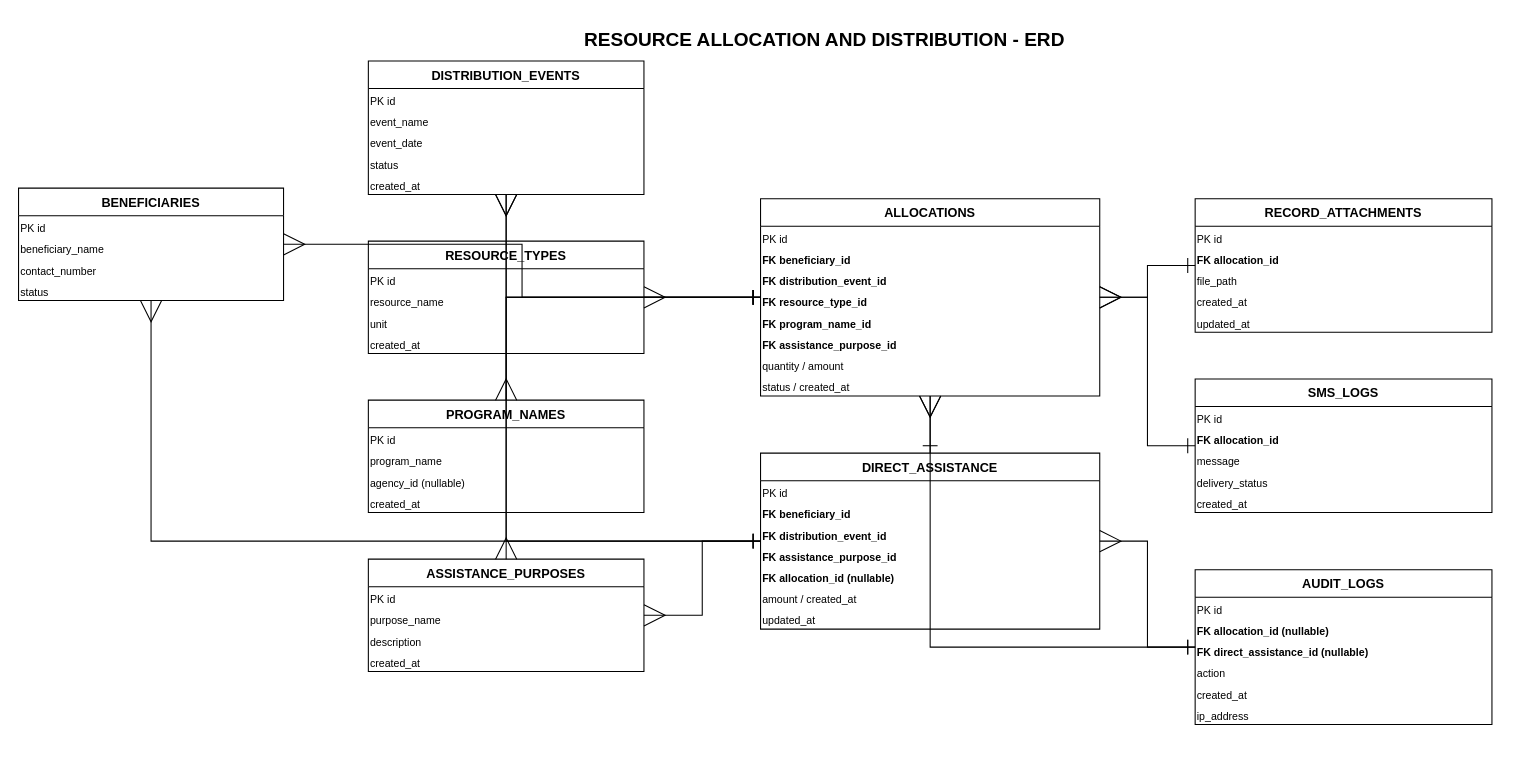
tin-tin113/ffprams keeps this draw.io diagram as ERD_Diagrams_Drawio/02_Resource_Allocation_and_Distribution_ERD.drawio. Above is the earlier version. Source tidied: cells renumbered, new cells numbered last; positions are measured from the earlier drawing's top-left corner, leaving out a move shared by most shapes. Both pictures are drawn from the tidied source at 106%, with x=0, y=0 at pixel (18, 18).
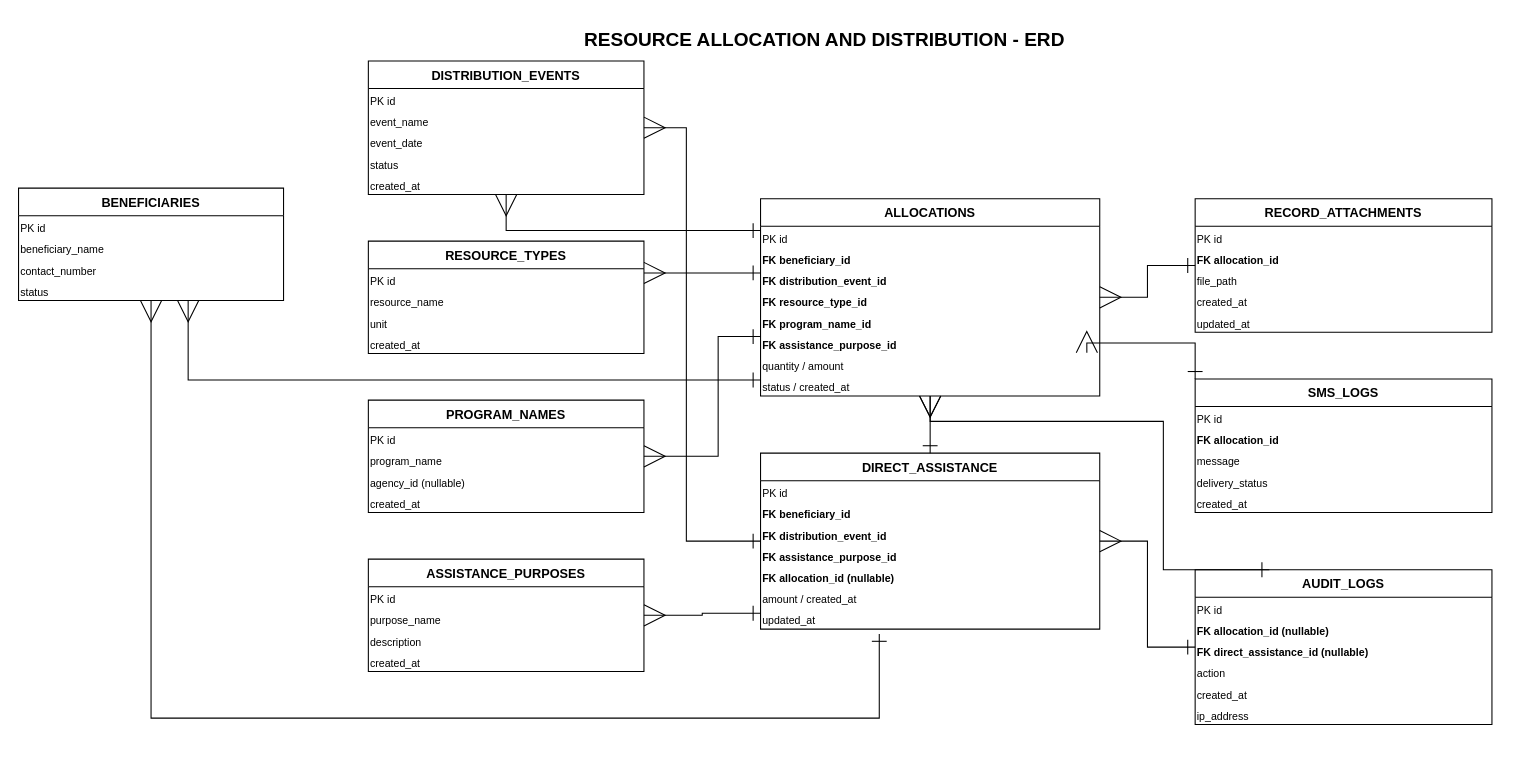
After the change.

The change refers to these unchanged cells:
```xml
<mxCell id="3" value="BENEFICIARIES" style="swimlane;fontStyle=1;horizontal=1;startSize=26;fillColor=none;" parent="1" vertex="1">
  <mxGeometry y="160" width="250" height="106" as="geometry" />
</mxCell>
<mxCell id="8" value="DISTRIBUTION_EVENTS" style="swimlane;fontStyle=1;horizontal=1;startSize=26;fillColor=none;" parent="1" vertex="1">
  <mxGeometry x="330" y="40" width="260" height="126" as="geometry" />
</mxCell>
<mxCell id="14" value="RESOURCE_TYPES" style="swimlane;fontStyle=1;horizontal=1;startSize=26;fillColor=none;" parent="1" vertex="1">
  <mxGeometry x="330" y="210" width="260" height="106" as="geometry" />
</mxCell>
<mxCell id="19" value="PROGRAM_NAMES" style="swimlane;fontStyle=1;horizontal=1;startSize=26;fillColor=none;" parent="1" vertex="1">
  <mxGeometry x="330" y="360" width="260" height="106" as="geometry" />
</mxCell>
<mxCell id="24" value="ASSISTANCE_PURPOSES" style="swimlane;fontStyle=1;horizontal=1;startSize=26;fillColor=none;" parent="1" vertex="1">
  <mxGeometry x="330" y="510" width="260" height="106" as="geometry" />
</mxCell>
<mxCell id="29" value="ALLOCATIONS" style="swimlane;fontStyle=1;horizontal=1;startSize=26;fillColor=none;" parent="1" vertex="1">
  <mxGeometry x="700" y="170" width="320" height="186" as="geometry" />
</mxCell>
<mxCell id="36" value="quantity / amount" style="text;strokeColor=none;fillColor=none;align=left;fontSize=10;" parent="29" vertex="1">
  <mxGeometry y="146" width="320" height="20" as="geometry" />
</mxCell>
<mxCell id="37" value="status / created_at" style="text;strokeColor=none;fillColor=none;align=left;fontSize=10;" parent="29" vertex="1">
  <mxGeometry y="166" width="320" height="20" as="geometry" />
</mxCell>
<mxCell id="38" value="DIRECT_ASSISTANCE" style="swimlane;fontStyle=1;horizontal=1;startSize=26;fillColor=none;" parent="1" vertex="1">
  <mxGeometry x="700" y="410" width="320" height="166" as="geometry" />
</mxCell>
<mxCell id="45" value="updated_at" style="text;strokeColor=none;fillColor=none;align=left;fontSize=10;" parent="38" vertex="1">
  <mxGeometry y="146" width="320" height="20" as="geometry" />
</mxCell>
<mxCell id="52" value="SMS_LOGS" style="swimlane;fontStyle=1;horizontal=1;startSize=26;fillColor=none;" parent="1" vertex="1">
  <mxGeometry x="1110" y="340" width="280" height="126" as="geometry" />
</mxCell>
<mxCell id="58" value="AUDIT_LOGS" style="swimlane;fontStyle=1;horizontal=1;startSize=26;fillColor=none;" parent="1" vertex="1">
  <mxGeometry x="1110" y="520" width="280" height="146" as="geometry" />
</mxCell>
```

What changed in the source:
```diff
@@
-    <mxCell id="65" style="edgeStyle=orthogonalEdgeStyle;rounded=0;html=1;strokeColor=#000000;startArrow=ERone;endArrow=ERmany;startFill=0;endFill=0;startSize=12;endSize=18;" parent="1" edge="1" source="29" target="3">
-      <mxGeometry relative="1" as="geometry" />
+    <mxCell id="65" style="edgeStyle=orthogonalEdgeStyle;rounded=0;html=1;strokeColor=#000000;startArrow=ERone;endArrow=ERmany;startFill=0;endFill=0;startSize=12;endSize=18;exitX=0;exitY=0.25;exitDx=0;exitDy=0;" parent="1" edge="1" source="37" target="3">
+      <mxGeometry relative="1" as="geometry">
+        <Array as="points">
+          <mxPoint x="160" y="341" />
+        </Array>
+      </mxGeometry>
     </mxCell>
     <mxCell id="66" style="edgeStyle=orthogonalEdgeStyle;rounded=0;html=1;strokeColor=#000000;startArrow=ERone;endArrow=ERmany;startFill=0;endFill=0;startSize=12;endSize=18;" parent="1" edge="1" source="29" target="8">
-      <mxGeometry relative="1" as="geometry" />
+      <mxGeometry relative="1" as="geometry">
+        <Array as="points">
+          <mxPoint x="460" y="200" />
+        </Array>
+      </mxGeometry>
     </mxCell>
     <mxCell id="67" style="edgeStyle=orthogonalEdgeStyle;rounded=0;html=1;strokeColor=#000000;startArrow=ERone;endArrow=ERmany;startFill=0;endFill=0;startSize=12;endSize=18;" parent="1" edge="1" source="29" target="14">
-      <mxGeometry relative="1" as="geometry" />
+      <mxGeometry relative="1" as="geometry">
+        <Array as="points">
+          <mxPoint x="640" y="240" />
+          <mxPoint x="640" y="240" />
+        </Array>
+      </mxGeometry>
     </mxCell>
     <mxCell id="68" style="edgeStyle=orthogonalEdgeStyle;rounded=0;html=1;strokeColor=#000000;startArrow=ERone;endArrow=ERmany;startFill=0;endFill=0;startSize=12;endSize=18;" parent="1" edge="1" source="29" target="19">
-      <mxGeometry relative="1" as="geometry" />
+      <mxGeometry relative="1" as="geometry">
+        <Array as="points">
+          <mxPoint x="660" y="300" />
+          <mxPoint x="660" y="413" />
+        </Array>
+      </mxGeometry>
     </mxCell>
-    <mxCell id="69" style="edgeStyle=orthogonalEdgeStyle;rounded=0;html=1;strokeColor=#000000;startArrow=ERone;endArrow=ERmany;startFill=0;endFill=0;startSize=12;endSize=18;" parent="1" edge="1" source="29" target="24">
-      <mxGeometry relative="1" as="geometry" />
-    </mxCell>
-    <mxCell id="70" style="edgeStyle=orthogonalEdgeStyle;rounded=0;html=1;strokeColor=#000000;startArrow=ERone;endArrow=ERmany;startFill=0;endFill=0;startSize=12;endSize=18;" parent="1" edge="1" source="38" target="3">
-      <mxGeometry relative="1" as="geometry" />
+    <mxCell id="70" style="edgeStyle=orthogonalEdgeStyle;rounded=0;html=1;strokeColor=#000000;startArrow=ERone;endArrow=ERmany;startFill=0;endFill=0;startSize=12;endSize=18;exitX=0.35;exitY=1.225;exitDx=0;exitDy=0;exitPerimeter=0;" parent="1" edge="1" source="45" target="3">
+      <mxGeometry relative="1" as="geometry">
+        <Array as="points">
+          <mxPoint x="812" y="660" />
+          <mxPoint x="125" y="660" />
+        </Array>
+      </mxGeometry>
     </mxCell>
     <mxCell id="71" style="edgeStyle=orthogonalEdgeStyle;rounded=0;html=1;strokeColor=#000000;startArrow=ERone;endArrow=ERmany;startFill=0;endFill=0;startSize=12;endSize=18;" parent="1" edge="1" source="38" target="8">
-      <mxGeometry relative="1" as="geometry" />
+      <mxGeometry relative="1" as="geometry">
+        <Array as="points">
+          <mxPoint x="630" y="493" />
+          <mxPoint x="630" y="103" />
+        </Array>
+      </mxGeometry>
     </mxCell>
-    <mxCell id="72" style="edgeStyle=orthogonalEdgeStyle;rounded=0;html=1;strokeColor=#000000;startArrow=ERone;endArrow=ERmany;startFill=0;endFill=0;startSize=12;endSize=18;" parent="1" edge="1" source="38" target="24">
+    <mxCell id="72" style="edgeStyle=orthogonalEdgeStyle;rounded=0;html=1;strokeColor=#000000;startArrow=ERone;endArrow=ERmany;startFill=0;endFill=0;startSize=12;endSize=18;exitX=0;exitY=0.25;exitDx=0;exitDy=0;" parent="1" edge="1" source="45" target="24">
       <mxGeometry relative="1" as="geometry" />
     </mxCell>
@@
-    <mxCell id="75" style="edgeStyle=orthogonalEdgeStyle;rounded=0;html=1;strokeColor=#000000;startArrow=ERone;endArrow=ERmany;startFill=0;endFill=0;startSize=12;endSize=18;" parent="1" edge="1" source="52" target="29">
+    <mxCell id="75" style="edgeStyle=orthogonalEdgeStyle;rounded=0;html=1;strokeColor=#000000;startArrow=ERone;endArrow=ERmany;startFill=0;endFill=0;startSize=12;endSize=18;entryX=0.962;entryY=-0.036;entryDx=0;entryDy=0;entryPerimeter=0;exitX=0;exitY=0;exitDx=0;exitDy=0;" parent="1" edge="1" source="52" target="36">
       <mxGeometry relative="1" as="geometry" />
     </mxCell>
-    <mxCell id="76" style="edgeStyle=orthogonalEdgeStyle;rounded=0;html=1;strokeColor=#000000;startArrow=ERone;endArrow=ERmany;startFill=0;endFill=0;startSize=12;endSize=18;" parent="1" edge="1" source="58" target="29">
-      <mxGeometry relative="1" as="geometry" />
+    <mxCell id="76" style="edgeStyle=orthogonalEdgeStyle;rounded=0;html=1;strokeColor=#000000;startArrow=ERone;endArrow=ERmany;startFill=0;endFill=0;startSize=12;endSize=18;exitX=0.25;exitY=0;exitDx=0;exitDy=0;" parent="1" edge="1" source="58" target="29">
+      <mxGeometry relative="1" as="geometry">
+        <Array as="points">
+          <mxPoint x="1080" y="520" />
+          <mxPoint x="1080" y="380" />
+          <mxPoint x="860" y="380" />
+        </Array>
+      </mxGeometry>
     </mxCell>
```
